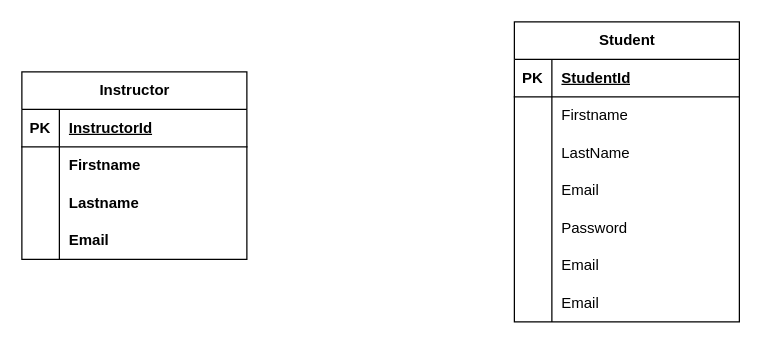
Above: EntityRelationalDiagram.drawio in DanielRomeo/ivylearner-backend (draw.io), before the change. Source tidied: cells renumbered, new cells numbered last; positions are measured from the earlier drawing's top-left corner, leaving out a move shared by most shapes. Both pictures are drawn from the tidied source at 125%, with x=0, y=0 at pixel (21, 21).
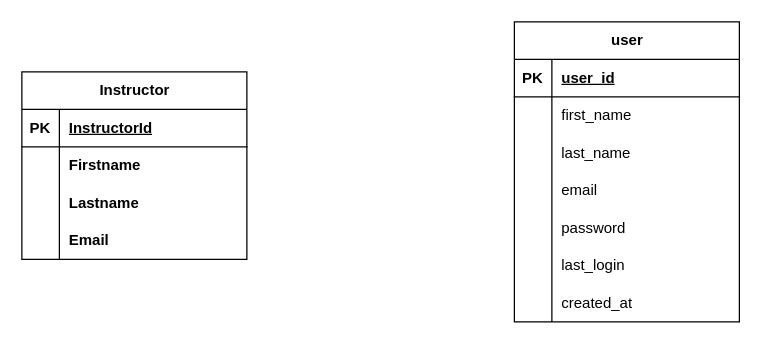
After the change.

The change refers to these unchanged cells:
```xml
<mxCell id="16" style="shape=tableRow;horizontal=0;startSize=0;swimlaneHead=0;swimlaneBody=0;fillColor=none;top=0;left=0;right=0;bottom=1;" parent="15" vertex="1">
  <mxGeometry y="30" width="180" height="30" as="geometry" />
</mxCell>
<mxCell id="19" style="shape=tableRow;horizontal=0;startSize=0;swimlaneHead=0;swimlaneBody=0;fillColor=none;top=0;left=0;right=0;bottom=0;" parent="15" vertex="1">
  <mxGeometry y="60" width="180" height="30" as="geometry" />
</mxCell>
<mxCell id="22" style="shape=tableRow;horizontal=0;startSize=0;swimlaneHead=0;swimlaneBody=0;fillColor=none;top=0;left=0;right=0;bottom=0;" parent="15" vertex="1">
  <mxGeometry y="90" width="180" height="30" as="geometry" />
</mxCell>
<mxCell id="25" style="shape=tableRow;horizontal=0;startSize=0;swimlaneHead=0;swimlaneBody=0;fillColor=none;top=0;left=0;right=0;bottom=0;" parent="15" vertex="1">
  <mxGeometry y="120" width="180" height="30" as="geometry" />
</mxCell>
<mxCell id="28" style="shape=tableRow;horizontal=0;startSize=0;swimlaneHead=0;swimlaneBody=0;fillColor=none;top=0;left=0;right=0;bottom=0;" parent="15" vertex="1">
  <mxGeometry y="150" width="180" height="30" as="geometry" />
</mxCell>
<mxCell id="31" style="shape=tableRow;horizontal=0;startSize=0;swimlaneHead=0;swimlaneBody=0;fillColor=none;top=0;left=0;right=0;bottom=0;" parent="15" vertex="1">
  <mxGeometry y="180" width="180" height="30" as="geometry" />
</mxCell>
<mxCell id="34" style="shape=tableRow;horizontal=0;startSize=0;swimlaneHead=0;swimlaneBody=0;fillColor=none;top=0;left=0;right=0;bottom=0;" parent="15" vertex="1">
  <mxGeometry y="210" width="180" height="30" as="geometry" />
</mxCell>
```

The edit, as a diff of the source:
```diff
@@
-    <mxCell id="15" value="Student" style="shape=table;startSize=30;childLayout=tableLayout;rowLines=0;fontStyle=1;align=center;html=1;" parent="1" vertex="1">
+    <mxCell id="15" value="user" style="shape=table;startSize=30;childLayout=tableLayout;rowLines=0;fontStyle=1;align=center;html=1;" parent="1" vertex="1">
       <mxGeometry x="394" width="180" height="240" as="geometry" />
     </mxCell>
@@
-    <mxCell id="18" value="StudentId" style="shape=partialRectangle;fillColor=none;top=0;left=0;bottom=0;right=0;align=left;spacingLeft=6;fontStyle=5;overflow=hidden;whiteSpace=wrap;html=1;" parent="16" vertex="1">
+    <mxCell id="18" value="user_id" style="shape=partialRectangle;fillColor=none;top=0;left=0;bottom=0;right=0;align=left;spacingLeft=6;fontStyle=5;overflow=hidden;whiteSpace=wrap;html=1;" parent="16" vertex="1">
       <mxGeometry x="30" width="150" height="30" as="geometry" />
     </mxCell>
@@
-    <mxCell id="21" value="Firstname" style="shape=partialRectangle;fillColor=none;top=0;left=0;bottom=0;right=0;align=left;spacingLeft=6;overflow=hidden;whiteSpace=wrap;html=1;" parent="19" vertex="1">
+    <mxCell id="21" value="first_name" style="shape=partialRectangle;fillColor=none;top=0;left=0;bottom=0;right=0;align=left;spacingLeft=6;overflow=hidden;whiteSpace=wrap;html=1;" parent="19" vertex="1">
       <mxGeometry x="30" width="150" height="30" as="geometry" />
     </mxCell>
@@
-    <mxCell id="24" value="LastName" style="shape=partialRectangle;fillColor=none;top=0;left=0;bottom=0;right=0;align=left;spacingLeft=6;overflow=hidden;whiteSpace=wrap;html=1;" parent="22" vertex="1">
+    <mxCell id="24" value="last_name" style="shape=partialRectangle;fillColor=none;top=0;left=0;bottom=0;right=0;align=left;spacingLeft=6;overflow=hidden;whiteSpace=wrap;html=1;" parent="22" vertex="1">
       <mxGeometry x="30" width="150" height="30" as="geometry" />
     </mxCell>
@@
-    <mxCell id="27" value="Email" style="shape=partialRectangle;fillColor=none;top=0;left=0;bottom=0;right=0;align=left;spacingLeft=6;overflow=hidden;whiteSpace=wrap;html=1;" parent="25" vertex="1">
+    <mxCell id="27" value="email" style="shape=partialRectangle;fillColor=none;top=0;left=0;bottom=0;right=0;align=left;spacingLeft=6;overflow=hidden;whiteSpace=wrap;html=1;" parent="25" vertex="1">
       <mxGeometry x="30" width="150" height="30" as="geometry" />
     </mxCell>
@@
-    <mxCell id="30" value="Password" style="shape=partialRectangle;fillColor=none;top=0;left=0;bottom=0;right=0;align=left;spacingLeft=6;overflow=hidden;whiteSpace=wrap;html=1;" parent="28" vertex="1">
+    <mxCell id="30" value="password" style="shape=partialRectangle;fillColor=none;top=0;left=0;bottom=0;right=0;align=left;spacingLeft=6;overflow=hidden;whiteSpace=wrap;html=1;" parent="28" vertex="1">
       <mxGeometry x="30" width="150" height="30" as="geometry" />
     </mxCell>
@@
-    <mxCell id="33" value="Email" style="shape=partialRectangle;fillColor=none;top=0;left=0;bottom=0;right=0;align=left;spacingLeft=6;overflow=hidden;whiteSpace=wrap;html=1;" parent="31" vertex="1">
+    <mxCell id="33" value="last_login" style="shape=partialRectangle;fillColor=none;top=0;left=0;bottom=0;right=0;align=left;spacingLeft=6;overflow=hidden;whiteSpace=wrap;html=1;" parent="31" vertex="1">
       <mxGeometry x="30" width="150" height="30" as="geometry" />
     </mxCell>
@@
-    <mxCell id="36" value="Email" style="shape=partialRectangle;fillColor=none;top=0;left=0;bottom=0;right=0;align=left;spacingLeft=6;overflow=hidden;whiteSpace=wrap;html=1;" parent="34" vertex="1">
+    <mxCell id="36" value="created_at" style="shape=partialRectangle;fillColor=none;top=0;left=0;bottom=0;right=0;align=left;spacingLeft=6;overflow=hidden;whiteSpace=wrap;html=1;" parent="34" vertex="1">
       <mxGeometry x="30" width="150" height="30" as="geometry" />
     </mxCell>
```
